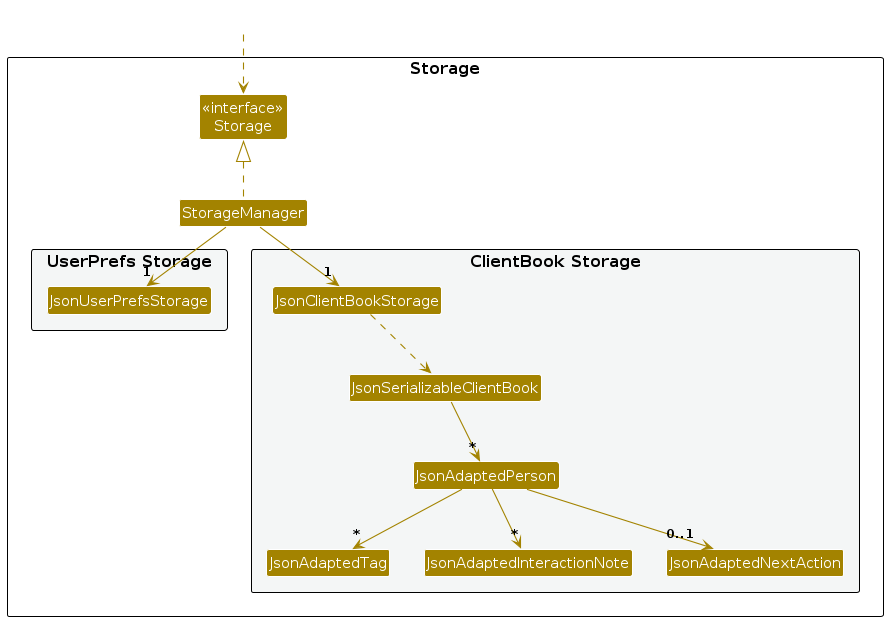
Above: diagrams/StorageClassDiagram.png in AY2627S1-CS2103T-F14a-4/tp (PlantUML), before the change. Its source is kept beside it as diagrams/StorageClassDiagram.puml.
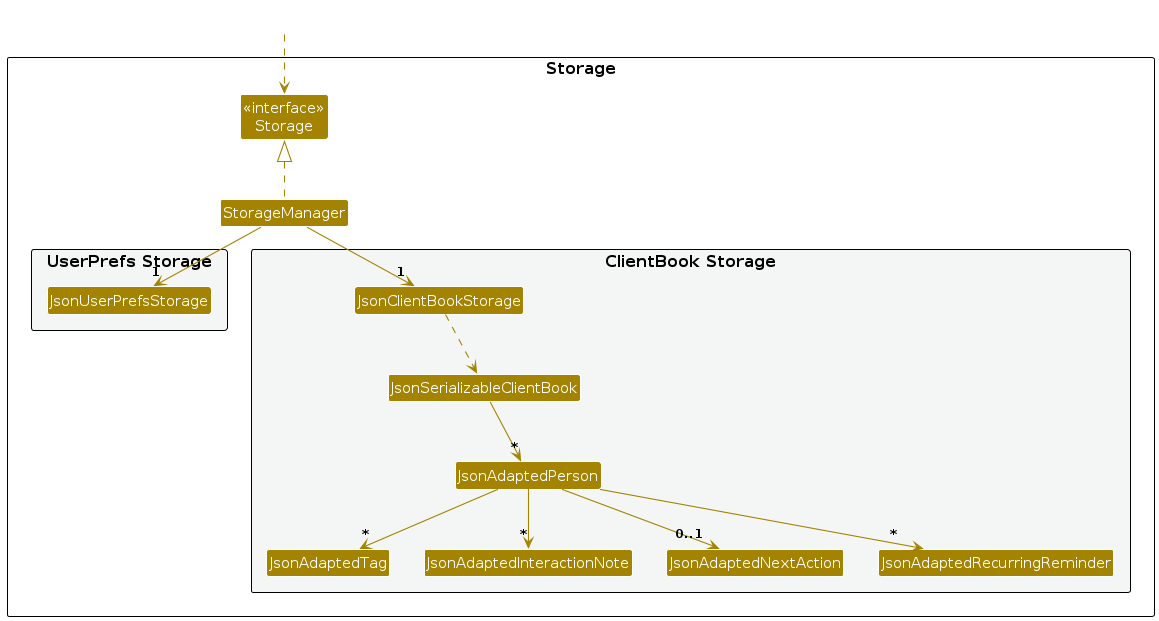
Later version of the same file.

The edit, as a diff of the source:
```diff
@@ -20,6 +20,7 @@
 Class JsonAdaptedTag
 Class JsonAdaptedInteractionNote
 Class JsonAdaptedNextAction
+Class JsonAdaptedRecurringReminder
 }
 
 }
@@ -36,5 +37,6 @@
 JsonAdaptedPerson --> "*" JsonAdaptedTag
 JsonAdaptedPerson --> "*" JsonAdaptedInteractionNote
 JsonAdaptedPerson --> "0..1" JsonAdaptedNextAction
+JsonAdaptedPerson --> "*" JsonAdaptedRecurringReminder
 
 @enduml
```
